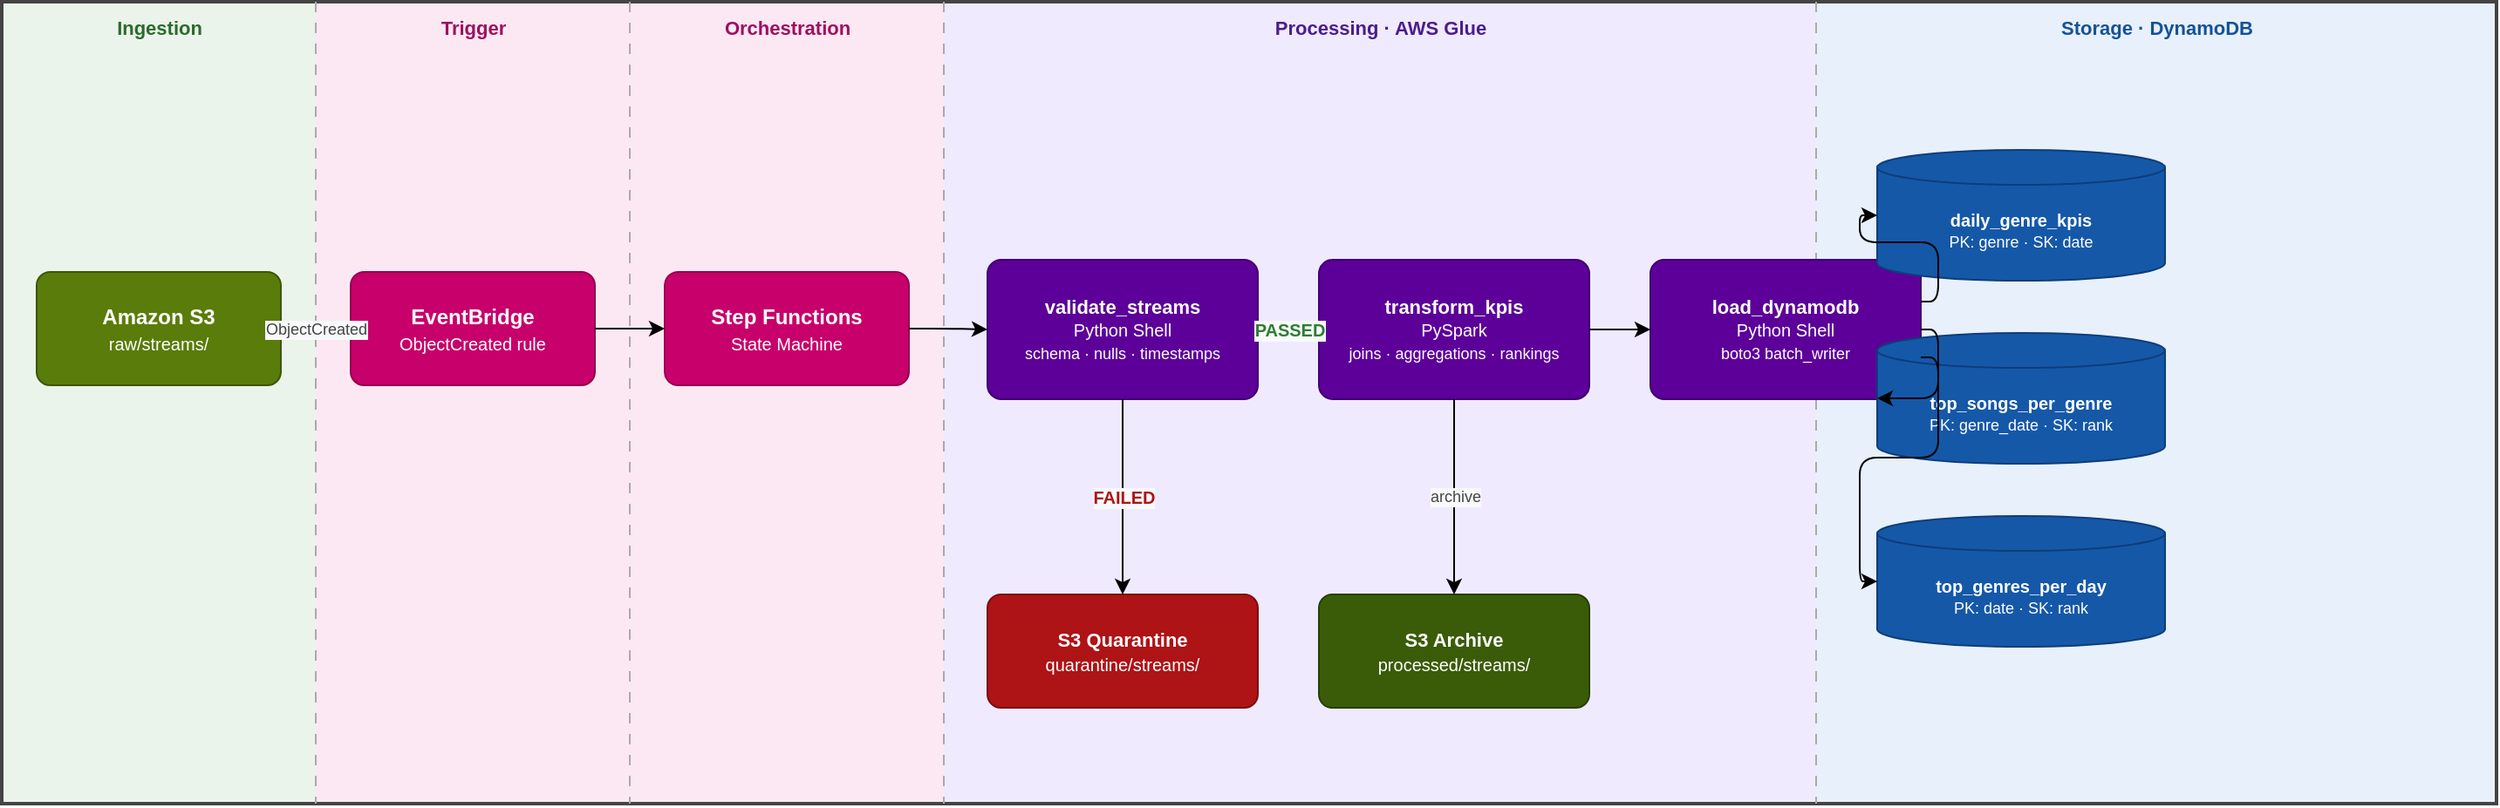
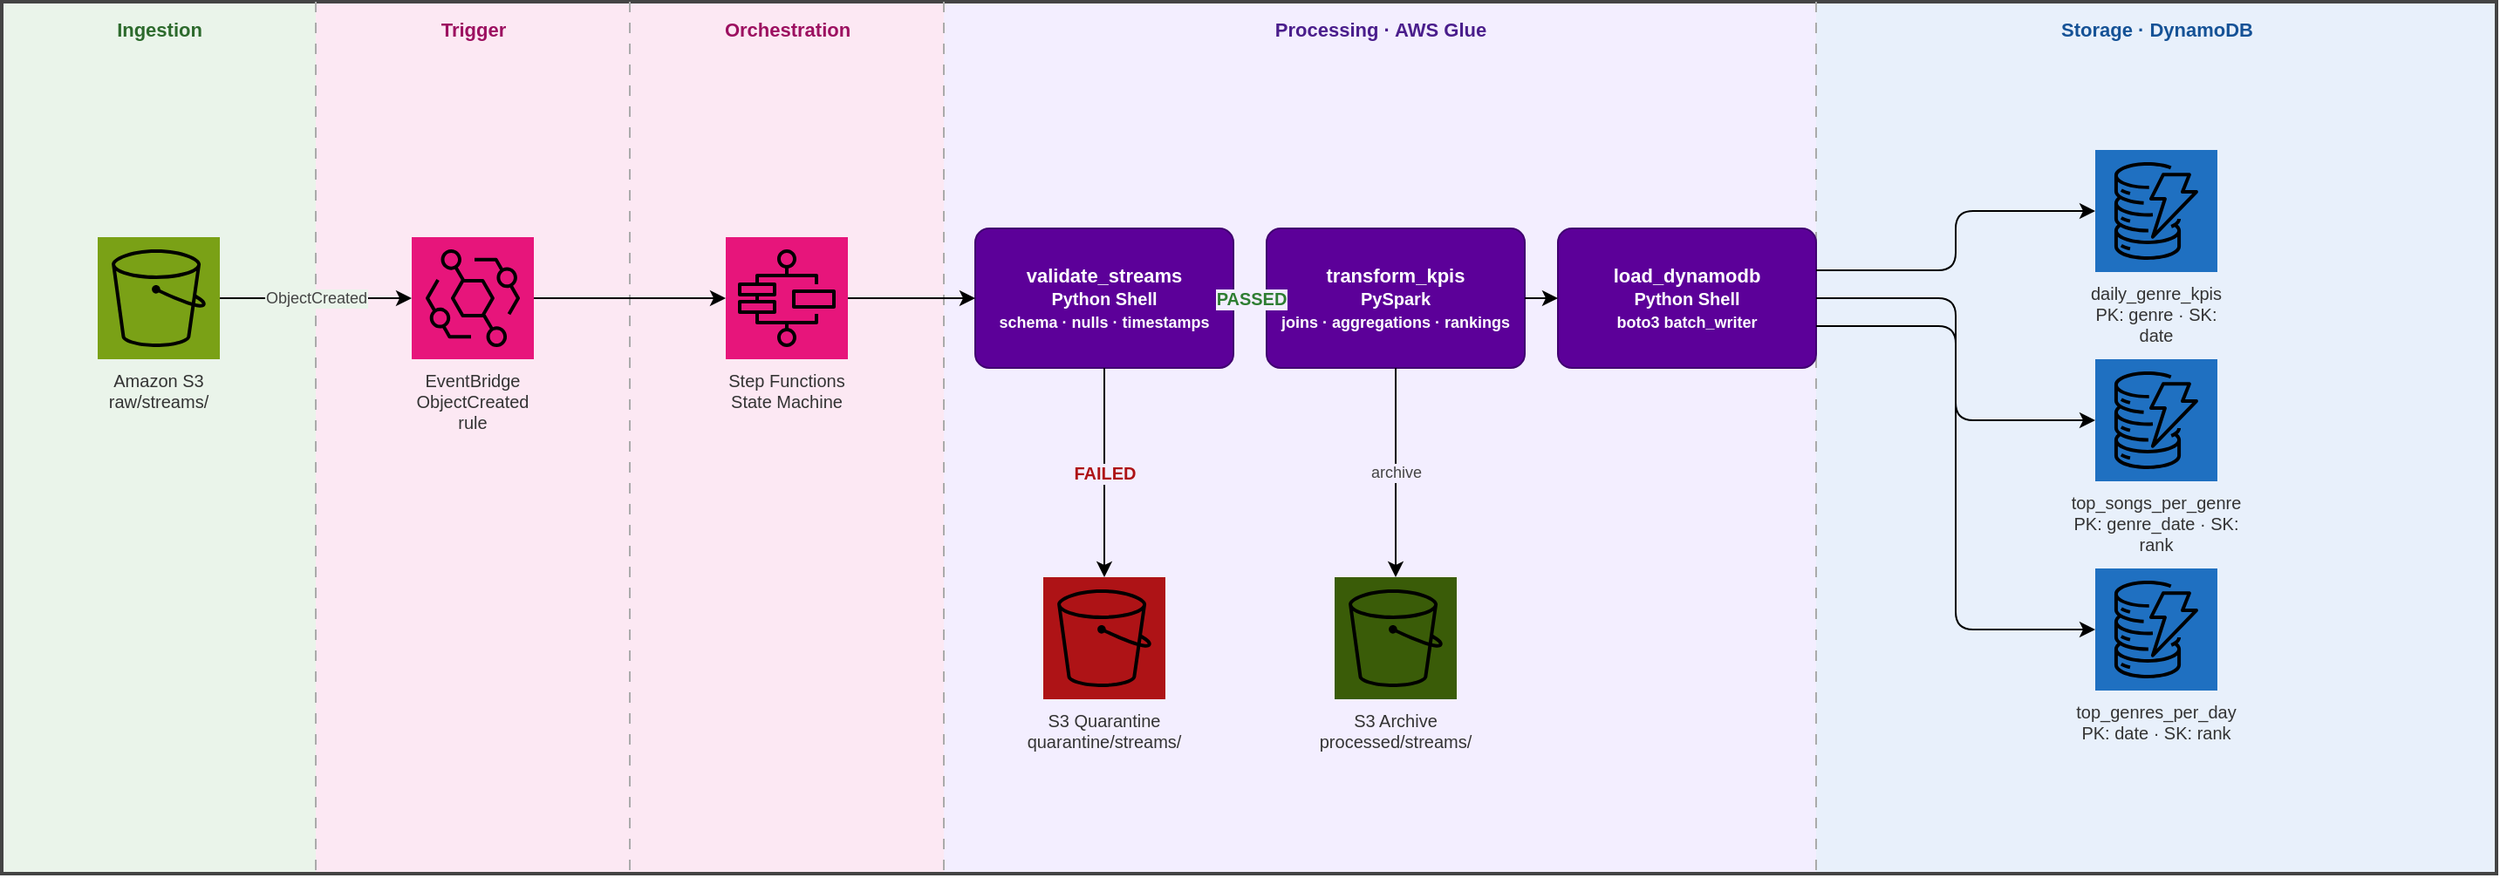
<mxfile host="app.diagrams.net" version="21.0.0">
  <diagram id="music-etl-architecture" name="Architecture">
    <mxGraphModel dx="1400" dy="900" grid="0" gridSize="10" guides="1" tooltips="1" connect="1" arrows="1" fold="1" page="1" pageScale="1" pageWidth="1654" pageHeight="1169" math="0" shadow="0">
      <root>
        <mxCell id="0" />
        <mxCell id="1" parent="0" />

-         <!-- ── OUTER BORDER ───────────────────────────────────────────────── -->
-         <mxCell id="border" value="" style="rounded=0;whiteSpace=wrap;html=1;fillColor=#f8f9fa;strokeColor=#444444;strokeWidth=2;" vertex="1" parent="1">
-           <mxGeometry x="20" y="20" width="1430" height="460" as="geometry" />
+         <!-- ── SWIMLANE BACKGROUND BANDS ──────────────────────────────────── -->
+         <mxCell id="band_ingestion" value="" style="rounded=0;whiteSpace=wrap;html=1;fillColor=#eaf4ea;strokeColor=none;" vertex="1" parent="1">
+           <mxGeometry x="20" y="20" width="180" height="500" as="geometry" />
+         </mxCell>
+         <mxCell id="band_trigger" value="" style="rounded=0;whiteSpace=wrap;html=1;fillColor=#fce8f3;strokeColor=none;" vertex="1" parent="1">
+           <mxGeometry x="200" y="20" width="180" height="500" as="geometry" />
+         </mxCell>
+         <mxCell id="band_orchestration" value="" style="rounded=0;whiteSpace=wrap;html=1;fillColor=#fce8f3;strokeColor=none;" vertex="1" parent="1">
+           <mxGeometry x="380" y="20" width="180" height="500" as="geometry" />
+         </mxCell>
+         <mxCell id="band_processing" value="" style="rounded=0;whiteSpace=wrap;html=1;fillColor=#f3eeff;strokeColor=none;" vertex="1" parent="1">
+           <mxGeometry x="560" y="20" width="500" height="500" as="geometry" />
+         </mxCell>
+         <mxCell id="band_storage" value="" style="rounded=0;whiteSpace=wrap;html=1;fillColor=#e8f0fb;strokeColor=none;" vertex="1" parent="1">
+           <mxGeometry x="1060" y="20" width="390" height="500" as="geometry" />
        </mxCell>

-         <!-- ── SECTION HEADER BANDS ───────────────────────────────────────── -->
-         <mxCell id="band1" value="" style="rounded=0;whiteSpace=wrap;html=1;fillColor=#eaf4ea;strokeColor=none;" vertex="1" parent="1">
-           <mxGeometry x="20" y="20" width="180" height="460" as="geometry" />
-         </mxCell>
-         <mxCell id="band2" value="" style="rounded=0;whiteSpace=wrap;html=1;fillColor=#fce8f3;strokeColor=none;" vertex="1" parent="1">
-           <mxGeometry x="200" y="20" width="180" height="460" as="geometry" />
-         </mxCell>
-         <mxCell id="band3" value="" style="rounded=0;whiteSpace=wrap;html=1;fillColor=#fce8f3;strokeColor=none;" vertex="1" parent="1">
-           <mxGeometry x="380" y="20" width="180" height="460" as="geometry" />
-         </mxCell>
-         <mxCell id="band4" value="" style="rounded=0;whiteSpace=wrap;html=1;fillColor=#f0eaff;strokeColor=none;" vertex="1" parent="1">
-           <mxGeometry x="560" y="20" width="500" height="460" as="geometry" />
-         </mxCell>
-         <mxCell id="band5" value="" style="rounded=0;whiteSpace=wrap;html=1;fillColor=#e8f0fb;strokeColor=none;" vertex="1" parent="1">
-           <mxGeometry x="1060" y="20" width="390" height="460" as="geometry" />
-         </mxCell>
- 
-         <!-- Redraw border on top of bands so it is visible -->
-         <mxCell id="border2" value="" style="rounded=0;whiteSpace=wrap;html=1;fillColor=none;strokeColor=#444444;strokeWidth=2;" vertex="1" parent="1">
-           <mxGeometry x="20" y="20" width="1430" height="460" as="geometry" />
+         <!-- ── OUTER BORDER (drawn last so it sits on top of bands) ─────── -->
+         <mxCell id="border" value="" style="rounded=0;whiteSpace=wrap;html=1;fillColor=none;strokeColor=#444444;strokeWidth=2;" vertex="1" parent="1">
+           <mxGeometry x="20" y="20" width="1430" height="500" as="geometry" />
        </mxCell>

        <!-- ── SECTION DIVIDERS ───────────────────────────────────────────── -->
-         <mxCell id="div1" value="" style="endArrow=none;html=1;dashed=1;dashPattern=6 6;strokeColor=#aaaaaa;strokeWidth=1;" edge="1" parent="1">
+         <mxCell id="div1" value="" style="endArrow=none;html=1;dashed=1;dashPattern=6 6;strokeColor=#aaaaaa;" edge="1" parent="1">
          <mxGeometry relative="1" as="geometry">
            <mxPoint x="200" y="20" as="sourcePoint"/>
-             <mxPoint x="200" y="480" as="targetPoint"/>
+             <mxPoint x="200" y="520" as="targetPoint"/>
          </mxGeometry>
        </mxCell>
-         <mxCell id="div2" value="" style="endArrow=none;html=1;dashed=1;dashPattern=6 6;strokeColor=#aaaaaa;strokeWidth=1;" edge="1" parent="1">
+         <mxCell id="div2" value="" style="endArrow=none;html=1;dashed=1;dashPattern=6 6;strokeColor=#aaaaaa;" edge="1" parent="1">
          <mxGeometry relative="1" as="geometry">
            <mxPoint x="380" y="20" as="sourcePoint"/>
-             <mxPoint x="380" y="480" as="targetPoint"/>
+             <mxPoint x="380" y="520" as="targetPoint"/>
          </mxGeometry>
        </mxCell>
-         <mxCell id="div3" value="" style="endArrow=none;html=1;dashed=1;dashPattern=6 6;strokeColor=#aaaaaa;strokeWidth=1;" edge="1" parent="1">
+         <mxCell id="div3" value="" style="endArrow=none;html=1;dashed=1;dashPattern=6 6;strokeColor=#aaaaaa;" edge="1" parent="1">
          <mxGeometry relative="1" as="geometry">
            <mxPoint x="560" y="20" as="sourcePoint"/>
-             <mxPoint x="560" y="480" as="targetPoint"/>
+             <mxPoint x="560" y="520" as="targetPoint"/>
          </mxGeometry>
        </mxCell>
-         <mxCell id="div4" value="" style="endArrow=none;html=1;dashed=1;dashPattern=6 6;strokeColor=#aaaaaa;strokeWidth=1;" edge="1" parent="1">
+         <mxCell id="div4" value="" style="endArrow=none;html=1;dashed=1;dashPattern=6 6;strokeColor=#aaaaaa;" edge="1" parent="1">
          <mxGeometry relative="1" as="geometry">
            <mxPoint x="1060" y="20" as="sourcePoint"/>
-             <mxPoint x="1060" y="480" as="targetPoint"/>
+             <mxPoint x="1060" y="520" as="targetPoint"/>
          </mxGeometry>
        </mxCell>

        <!-- ── SECTION LABELS ─────────────────────────────────────────────── -->
-         <mxCell id="lbl1" value="Ingestion" style="text;html=1;strokeColor=none;fillColor=none;align=center;verticalAlign=middle;fontStyle=1;fontSize=11;fontColor=#2d6a2d;" vertex="1" parent="1">
-           <mxGeometry x="20" y="22" width="180" height="26" as="geometry" />
+         <mxCell id="lbl_ingestion" value="Ingestion" style="text;html=1;strokeColor=none;fillColor=none;align=center;verticalAlign=middle;fontStyle=1;fontSize=11;fontColor=#2d6a2d;" vertex="1" parent="1">
+           <mxGeometry x="20" y="24" width="180" height="24" as="geometry" />
        </mxCell>
-         <mxCell id="lbl2" value="Trigger" style="text;html=1;strokeColor=none;fillColor=none;align=center;verticalAlign=middle;fontStyle=1;fontSize=11;fontColor=#9c1060;" vertex="1" parent="1">
-           <mxGeometry x="200" y="22" width="180" height="26" as="geometry" />
+         <mxCell id="lbl_trigger" value="Trigger" style="text;html=1;strokeColor=none;fillColor=none;align=center;verticalAlign=middle;fontStyle=1;fontSize=11;fontColor=#9c1060;" vertex="1" parent="1">
+           <mxGeometry x="200" y="24" width="180" height="24" as="geometry" />
        </mxCell>
-         <mxCell id="lbl3" value="Orchestration" style="text;html=1;strokeColor=none;fillColor=none;align=center;verticalAlign=middle;fontStyle=1;fontSize=11;fontColor=#9c1060;" vertex="1" parent="1">
-           <mxGeometry x="380" y="22" width="180" height="26" as="geometry" />
+         <mxCell id="lbl_orchestration" value="Orchestration" style="text;html=1;strokeColor=none;fillColor=none;align=center;verticalAlign=middle;fontStyle=1;fontSize=11;fontColor=#9c1060;" vertex="1" parent="1">
+           <mxGeometry x="380" y="24" width="180" height="24" as="geometry" />
        </mxCell>
-         <mxCell id="lbl4" value="Processing  ·  AWS Glue" style="text;html=1;strokeColor=none;fillColor=none;align=center;verticalAlign=middle;fontStyle=1;fontSize=11;fontColor=#4a1e8c;" vertex="1" parent="1">
-           <mxGeometry x="560" y="22" width="500" height="26" as="geometry" />
+         <mxCell id="lbl_processing" value="Processing  ·  AWS Glue" style="text;html=1;strokeColor=none;fillColor=none;align=center;verticalAlign=middle;fontStyle=1;fontSize=11;fontColor=#4a1e8c;" vertex="1" parent="1">
+           <mxGeometry x="560" y="24" width="500" height="24" as="geometry" />
        </mxCell>
-         <mxCell id="lbl5" value="Storage  ·  DynamoDB" style="text;html=1;strokeColor=none;fillColor=none;align=center;verticalAlign=middle;fontStyle=1;fontSize=11;fontColor=#155296;" vertex="1" parent="1">
-           <mxGeometry x="1060" y="22" width="390" height="26" as="geometry" />
+         <mxCell id="lbl_storage" value="Storage  ·  DynamoDB" style="text;html=1;strokeColor=none;fillColor=none;align=center;verticalAlign=middle;fontStyle=1;fontSize=11;fontColor=#155296;" vertex="1" parent="1">
+           <mxGeometry x="1060" y="24" width="390" height="24" as="geometry" />
        </mxCell>

        <!-- ── S3 RAW ──────────────────────────────────────────────────────── -->
-         <mxCell id="s3_raw" value="&lt;b&gt;Amazon S3&lt;/b&gt;&lt;br&gt;&lt;font style=&quot;font-size:10px;&quot;&gt;raw/streams/&lt;/font&gt;" style="rounded=1;whiteSpace=wrap;html=1;fillColor=#5a7c0a;strokeColor=#3d5507;fontColor=#ffffff;fontSize=12;arcSize=12;" vertex="1" parent="1">
-           <mxGeometry x="40" y="175" width="140" height="65" as="geometry" />
+         <!-- html=1 + verticalLabelPosition=bottom ensures the label renders    -->
+         <!-- as HTML below the icon, not as raw tags floating on top of it      -->
+         <mxCell id="s3_raw" value="Amazon S3&lt;br&gt;raw/streams/" style="shape=mxgraph.aws4.resourceIcon;resIcon=mxgraph.aws4.s3;html=1;whiteSpace=wrap;verticalLabelPosition=bottom;verticalAlign=top;labelPosition=center;sketch=0;fillColor=#7AA116;strokeColor=none;fontColor=#333333;fontSize=10;" vertex="1" parent="1">
+           <mxGeometry x="75" y="155" width="70" height="70" as="geometry" />
        </mxCell>

        <!-- ── EVENTBRIDGE ─────────────────────────────────────────────────── -->
-         <mxCell id="eventbridge" value="&lt;b&gt;EventBridge&lt;/b&gt;&lt;br&gt;&lt;font style=&quot;font-size:10px;&quot;&gt;ObjectCreated rule&lt;/font&gt;" style="rounded=1;whiteSpace=wrap;html=1;fillColor=#C7006B;strokeColor=#96004f;fontColor=#ffffff;fontSize=12;arcSize=12;" vertex="1" parent="1">
-           <mxGeometry x="220" y="175" width="140" height="65" as="geometry" />
+         <mxCell id="eventbridge" value="EventBridge&lt;br&gt;ObjectCreated rule" style="shape=mxgraph.aws4.resourceIcon;resIcon=mxgraph.aws4.eventbridge;html=1;whiteSpace=wrap;verticalLabelPosition=bottom;verticalAlign=top;labelPosition=center;sketch=0;fillColor=#E7157B;strokeColor=none;fontColor=#333333;fontSize=10;" vertex="1" parent="1">
+           <mxGeometry x="255" y="155" width="70" height="70" as="geometry" />
        </mxCell>

        <!-- ── STEP FUNCTIONS ──────────────────────────────────────────────── -->
-         <mxCell id="sfn" value="&lt;b&gt;Step Functions&lt;/b&gt;&lt;br&gt;&lt;font style=&quot;font-size:10px;&quot;&gt;State Machine&lt;/font&gt;" style="rounded=1;whiteSpace=wrap;html=1;fillColor=#C7006B;strokeColor=#96004f;fontColor=#ffffff;fontSize=12;arcSize=12;" vertex="1" parent="1">
-           <mxGeometry x="400" y="175" width="140" height="65" as="geometry" />
+         <mxCell id="sfn" value="Step Functions&lt;br&gt;State Machine" style="shape=mxgraph.aws4.resourceIcon;resIcon=mxgraph.aws4.step_functions;html=1;whiteSpace=wrap;verticalLabelPosition=bottom;verticalAlign=top;labelPosition=center;sketch=0;fillColor=#E7157B;strokeColor=none;fontColor=#333333;fontSize=10;" vertex="1" parent="1">
+           <mxGeometry x="435" y="155" width="70" height="70" as="geometry" />
        </mxCell>

-         <!-- ── GLUE: VALIDATE ──────────────────────────────────────────────── -->
-         <mxCell id="validate" value="&lt;b&gt;validate_streams&lt;/b&gt;&lt;br&gt;&lt;font style=&quot;font-size:10px;&quot;&gt;Python Shell&lt;/font&gt;&lt;br&gt;&lt;font style=&quot;font-size:9px;&quot;&gt;schema · nulls · timestamps&lt;/font&gt;" style="rounded=1;whiteSpace=wrap;html=1;fillColor=#5C0099;strokeColor=#400070;fontColor=#ffffff;fontSize=11;arcSize=10;" vertex="1" parent="1">
-           <mxGeometry x="585" y="168" width="155" height="80" as="geometry" />
+         <!-- ── GLUE: VALIDATE ─────────────────────────────────────────────── -->
+         <mxCell id="validate" value="validate_streams&lt;br&gt;&lt;font style=&quot;font-size:10px;&quot;&gt;Python Shell&lt;/font&gt;&lt;br&gt;&lt;font style=&quot;font-size:9px;&quot;&gt;schema · nulls · timestamps&lt;/font&gt;" style="rounded=1;whiteSpace=wrap;html=1;fillColor=#5C0099;strokeColor=#400070;fontColor=#ffffff;fontStyle=1;fontSize=11;arcSize=10;" vertex="1" parent="1">
+           <mxGeometry x="578" y="150" width="148" height="80" as="geometry" />
        </mxCell>

-         <!-- ── GLUE: TRANSFORM ─────────────────────────────────────────────── -->
-         <mxCell id="transform" value="&lt;b&gt;transform_kpis&lt;/b&gt;&lt;br&gt;&lt;font style=&quot;font-size:10px;&quot;&gt;PySpark&lt;/font&gt;&lt;br&gt;&lt;font style=&quot;font-size:9px;&quot;&gt;joins · aggregations · rankings&lt;/font&gt;" style="rounded=1;whiteSpace=wrap;html=1;fillColor=#5C0099;strokeColor=#400070;fontColor=#ffffff;fontSize=11;arcSize=10;" vertex="1" parent="1">
-           <mxGeometry x="775" y="168" width="155" height="80" as="geometry" />
+         <!-- ── GLUE: TRANSFORM ────────────────────────────────────────────── -->
+         <mxCell id="transform" value="transform_kpis&lt;br&gt;&lt;font style=&quot;font-size:10px;&quot;&gt;PySpark&lt;/font&gt;&lt;br&gt;&lt;font style=&quot;font-size:9px;&quot;&gt;joins · aggregations · rankings&lt;/font&gt;" style="rounded=1;whiteSpace=wrap;html=1;fillColor=#5C0099;strokeColor=#400070;fontColor=#ffffff;fontStyle=1;fontSize=11;arcSize=10;" vertex="1" parent="1">
+           <mxGeometry x="745" y="150" width="148" height="80" as="geometry" />
        </mxCell>

-         <!-- ── GLUE: LOAD ───────────────────────────────────────────────────── -->
-         <mxCell id="load" value="&lt;b&gt;load_dynamodb&lt;/b&gt;&lt;br&gt;&lt;font style=&quot;font-size:10px;&quot;&gt;Python Shell&lt;/font&gt;&lt;br&gt;&lt;font style=&quot;font-size:9px;&quot;&gt;boto3 batch_writer&lt;/font&gt;" style="rounded=1;whiteSpace=wrap;html=1;fillColor=#5C0099;strokeColor=#400070;fontColor=#ffffff;fontSize=11;arcSize=10;" vertex="1" parent="1">
-           <mxGeometry x="965" y="168" width="155" height="80" as="geometry" />
+         <!-- ── GLUE: LOAD ──────────────────────────────────────────────────── -->
+         <mxCell id="load" value="load_dynamodb&lt;br&gt;&lt;font style=&quot;font-size:10px;&quot;&gt;Python Shell&lt;/font&gt;&lt;br&gt;&lt;font style=&quot;font-size:9px;&quot;&gt;boto3 batch_writer&lt;/font&gt;" style="rounded=1;whiteSpace=wrap;html=1;fillColor=#5C0099;strokeColor=#400070;fontColor=#ffffff;fontStyle=1;fontSize=11;arcSize=10;" vertex="1" parent="1">
+           <mxGeometry x="912" y="150" width="148" height="80" as="geometry" />
        </mxCell>

        <!-- ── DYNAMODB: daily_genre_kpis ─────────────────────────────────── -->
-         <mxCell id="ddb1" value="&lt;b&gt;daily_genre_kpis&lt;/b&gt;&lt;br&gt;&lt;font style=&quot;font-size:9px;&quot;&gt;PK: genre  ·  SK: date&lt;/font&gt;" style="shape=cylinder3;size=10;whiteSpace=wrap;html=1;fillColor=#1558A8;strokeColor=#0e3d7a;fontColor=#ffffff;fontSize=10;boundedLbl=1;backgroundOutline=1;" vertex="1" parent="1">
-           <mxGeometry x="1095" y="105" width="165" height="75" as="geometry" />
+         <mxCell id="ddb1" value="daily_genre_kpis&lt;br&gt;PK: genre  ·  SK: date" style="shape=mxgraph.aws4.resourceIcon;resIcon=mxgraph.aws4.dynamodb;html=1;whiteSpace=wrap;verticalLabelPosition=bottom;verticalAlign=top;labelPosition=center;sketch=0;fillColor=#1F70C1;strokeColor=none;fontColor=#333333;fontSize=10;" vertex="1" parent="1">
+           <mxGeometry x="1220" y="105" width="70" height="70" as="geometry" />
        </mxCell>

        <!-- ── DYNAMODB: top_songs_per_genre ──────────────────────────────── -->
-         <mxCell id="ddb2" value="&lt;b&gt;top_songs_per_genre&lt;/b&gt;&lt;br&gt;&lt;font style=&quot;font-size:9px;&quot;&gt;PK: genre_date  ·  SK: rank&lt;/font&gt;" style="shape=cylinder3;size=10;whiteSpace=wrap;html=1;fillColor=#1558A8;strokeColor=#0e3d7a;fontColor=#ffffff;fontSize=10;boundedLbl=1;backgroundOutline=1;" vertex="1" parent="1">
-           <mxGeometry x="1095" y="210" width="165" height="75" as="geometry" />
+         <mxCell id="ddb2" value="top_songs_per_genre&lt;br&gt;PK: genre_date  ·  SK: rank" style="shape=mxgraph.aws4.resourceIcon;resIcon=mxgraph.aws4.dynamodb;html=1;whiteSpace=wrap;verticalLabelPosition=bottom;verticalAlign=top;labelPosition=center;sketch=0;fillColor=#1F70C1;strokeColor=none;fontColor=#333333;fontSize=10;" vertex="1" parent="1">
+           <mxGeometry x="1220" y="225" width="70" height="70" as="geometry" />
        </mxCell>

        <!-- ── DYNAMODB: top_genres_per_day ───────────────────────────────── -->
-         <mxCell id="ddb3" value="&lt;b&gt;top_genres_per_day&lt;/b&gt;&lt;br&gt;&lt;font style=&quot;font-size:9px;&quot;&gt;PK: date  ·  SK: rank&lt;/font&gt;" style="shape=cylinder3;size=10;whiteSpace=wrap;html=1;fillColor=#1558A8;strokeColor=#0e3d7a;fontColor=#ffffff;fontSize=10;boundedLbl=1;backgroundOutline=1;" vertex="1" parent="1">
-           <mxGeometry x="1095" y="315" width="165" height="75" as="geometry" />
+         <mxCell id="ddb3" value="top_genres_per_day&lt;br&gt;PK: date  ·  SK: rank" style="shape=mxgraph.aws4.resourceIcon;resIcon=mxgraph.aws4.dynamodb;html=1;whiteSpace=wrap;verticalLabelPosition=bottom;verticalAlign=top;labelPosition=center;sketch=0;fillColor=#1F70C1;strokeColor=none;fontColor=#333333;fontSize=10;" vertex="1" parent="1">
+           <mxGeometry x="1220" y="345" width="70" height="70" as="geometry" />
        </mxCell>

        <!-- ── S3 QUARANTINE ───────────────────────────────────────────────── -->
-         <mxCell id="quarantine" value="&lt;b&gt;S3 Quarantine&lt;/b&gt;&lt;br&gt;&lt;font style=&quot;font-size:10px;&quot;&gt;quarantine/streams/&lt;/font&gt;" style="rounded=1;whiteSpace=wrap;html=1;fillColor=#AE1316;strokeColor=#7a0d0f;fontColor=#ffffff;fontSize=11;arcSize=12;" vertex="1" parent="1">
-           <mxGeometry x="585" y="360" width="155" height="65" as="geometry" />
+         <mxCell id="quarantine" value="S3 Quarantine&lt;br&gt;&lt;font style=&quot;font-size:10px;&quot;&gt;quarantine/streams/&lt;/font&gt;" style="shape=mxgraph.aws4.resourceIcon;resIcon=mxgraph.aws4.s3;html=1;whiteSpace=wrap;verticalLabelPosition=bottom;verticalAlign=top;labelPosition=center;sketch=0;fillColor=#AE1316;strokeColor=none;fontColor=#333333;fontSize=10;" vertex="1" parent="1">
+           <mxGeometry x="617" y="350" width="70" height="70" as="geometry" />
        </mxCell>

        <!-- ── S3 ARCHIVE ──────────────────────────────────────────────────── -->
-         <mxCell id="archive" value="&lt;b&gt;S3 Archive&lt;/b&gt;&lt;br&gt;&lt;font style=&quot;font-size:10px;&quot;&gt;processed/streams/&lt;/font&gt;" style="rounded=1;whiteSpace=wrap;html=1;fillColor=#3a5c08;strokeColor=#263f05;fontColor=#ffffff;fontSize=11;arcSize=12;" vertex="1" parent="1">
-           <mxGeometry x="775" y="360" width="155" height="65" as="geometry" />
+         <mxCell id="archive" value="S3 Archive&lt;br&gt;&lt;font style=&quot;font-size:10px;&quot;&gt;processed/streams/&lt;/font&gt;" style="shape=mxgraph.aws4.resourceIcon;resIcon=mxgraph.aws4.s3;html=1;whiteSpace=wrap;verticalLabelPosition=bottom;verticalAlign=top;labelPosition=center;sketch=0;fillColor=#3a5c08;strokeColor=none;fontColor=#333333;fontSize=10;" vertex="1" parent="1">
+           <mxGeometry x="784" y="350" width="70" height="70" as="geometry" />
        </mxCell>

        <!-- ── EDGES ───────────────────────────────────────────────────────── -->

        <!-- S3 raw → EventBridge -->
-         <mxCell id="e1" value="ObjectCreated" style="edgeStyle=orthogonalEdgeStyle;html=1;exitX=1;exitY=0.5;exitDx=0;exitDy=0;entryX=0;entryY=0.5;entryDx=0;entryDy=0;fontSize=9;fontColor=#444444;labelBackgroundColor=#f8f9fa;" edge="1" source="s3_raw" target="eventbridge" parent="1">
+         <mxCell id="e1" value="ObjectCreated" style="edgeStyle=orthogonalEdgeStyle;html=1;exitX=1;exitY=0.5;exitDx=0;exitDy=0;entryX=0;entryY=0.5;entryDx=0;entryDy=0;fontSize=9;fontColor=#444444;labelBackgroundColor=#eaf4ea;" edge="1" source="s3_raw" target="eventbridge" parent="1">
          <mxGeometry relative="1" as="geometry" />
        </mxCell>

        <!-- EventBridge → Step Functions -->
        <mxCell id="e2" value="" style="edgeStyle=orthogonalEdgeStyle;html=1;exitX=1;exitY=0.5;exitDx=0;exitDy=0;entryX=0;entryY=0.5;entryDx=0;entryDy=0;" edge="1" source="eventbridge" target="sfn" parent="1">
          <mxGeometry relative="1" as="geometry" />
        </mxCell>

        <!-- Step Functions → Validate -->
        <mxCell id="e3" value="" style="edgeStyle=orthogonalEdgeStyle;html=1;exitX=1;exitY=0.5;exitDx=0;exitDy=0;entryX=0;entryY=0.5;entryDx=0;entryDy=0;" edge="1" source="sfn" target="validate" parent="1">
          <mxGeometry relative="1" as="geometry" />
        </mxCell>

        <!-- Validate → Transform (PASSED) -->
-         <mxCell id="e4" value="PASSED" style="edgeStyle=orthogonalEdgeStyle;html=1;exitX=1;exitY=0.5;exitDx=0;exitDy=0;entryX=0;entryY=0.5;entryDx=0;entryDy=0;fontColor=#2E7D32;fontStyle=1;fontSize=10;labelBackgroundColor=#f8f9fa;" edge="1" source="validate" target="transform" parent="1">
+         <mxCell id="e4" value="PASSED" style="edgeStyle=orthogonalEdgeStyle;html=1;exitX=1;exitY=0.5;exitDx=0;exitDy=0;entryX=0;entryY=0.5;entryDx=0;entryDy=0;fontColor=#2E7D32;fontStyle=1;fontSize=10;labelBackgroundColor=#f3eeff;" edge="1" source="validate" target="transform" parent="1">
          <mxGeometry relative="1" as="geometry" />
        </mxCell>

        <!-- Validate → Quarantine (FAILED) -->
-         <mxCell id="e5" value="FAILED" style="edgeStyle=orthogonalEdgeStyle;html=1;exitX=0.5;exitY=1;exitDx=0;exitDy=0;entryX=0.5;entryY=0;entryDx=0;entryDy=0;fontColor=#AE1316;fontStyle=1;fontSize=10;labelBackgroundColor=#f8f9fa;" edge="1" source="validate" target="quarantine" parent="1">
+         <mxCell id="e5" value="FAILED" style="edgeStyle=orthogonalEdgeStyle;html=1;exitX=0.5;exitY=1;exitDx=0;exitDy=0;entryX=0.5;entryY=0;entryDx=0;entryDy=0;fontColor=#AE1316;fontStyle=1;fontSize=10;labelBackgroundColor=#f3eeff;" edge="1" source="validate" target="quarantine" parent="1">
          <mxGeometry relative="1" as="geometry" />
        </mxCell>

        <!-- Transform → Load -->
        <mxCell id="e6" value="" style="edgeStyle=orthogonalEdgeStyle;html=1;exitX=1;exitY=0.5;exitDx=0;exitDy=0;entryX=0;entryY=0.5;entryDx=0;entryDy=0;" edge="1" source="transform" target="load" parent="1">
          <mxGeometry relative="1" as="geometry" />
        </mxCell>

        <!-- Transform → Archive -->
-         <mxCell id="e7" value="archive" style="edgeStyle=orthogonalEdgeStyle;html=1;exitX=0.5;exitY=1;exitDx=0;exitDy=0;entryX=0.5;entryY=0;entryDx=0;entryDy=0;fontSize=9;fontColor=#444444;labelBackgroundColor=#f8f9fa;" edge="1" source="transform" target="archive" parent="1">
+         <mxCell id="e7" value="archive" style="edgeStyle=orthogonalEdgeStyle;html=1;exitX=0.5;exitY=1;exitDx=0;exitDy=0;entryX=0.5;entryY=0;entryDx=0;entryDy=0;fontSize=9;fontColor=#444444;labelBackgroundColor=#f3eeff;" edge="1" source="transform" target="archive" parent="1">
          <mxGeometry relative="1" as="geometry" />
        </mxCell>

        <!-- Load → DDB1 -->
        <mxCell id="e8" value="" style="edgeStyle=orthogonalEdgeStyle;html=1;exitX=1;exitY=0.3;exitDx=0;exitDy=0;entryX=0;entryY=0.5;entryDx=0;entryDy=0;" edge="1" source="load" target="ddb1" parent="1">
          <mxGeometry relative="1" as="geometry" />
        </mxCell>

        <!-- Load → DDB2 -->
        <mxCell id="e9" value="" style="edgeStyle=orthogonalEdgeStyle;html=1;exitX=1;exitY=0.5;exitDx=0;exitDy=0;entryX=0;entryY=0.5;entryDx=0;entryDy=0;" edge="1" source="load" target="ddb2" parent="1">
          <mxGeometry relative="1" as="geometry" />
        </mxCell>

        <!-- Load → DDB3 -->
        <mxCell id="e10" value="" style="edgeStyle=orthogonalEdgeStyle;html=1;exitX=1;exitY=0.7;exitDx=0;exitDy=0;entryX=0;entryY=0.5;entryDx=0;entryDy=0;" edge="1" source="load" target="ddb3" parent="1">
          <mxGeometry relative="1" as="geometry" />
        </mxCell>

      </root>
    </mxGraphModel>
  </diagram>
</mxfile>
